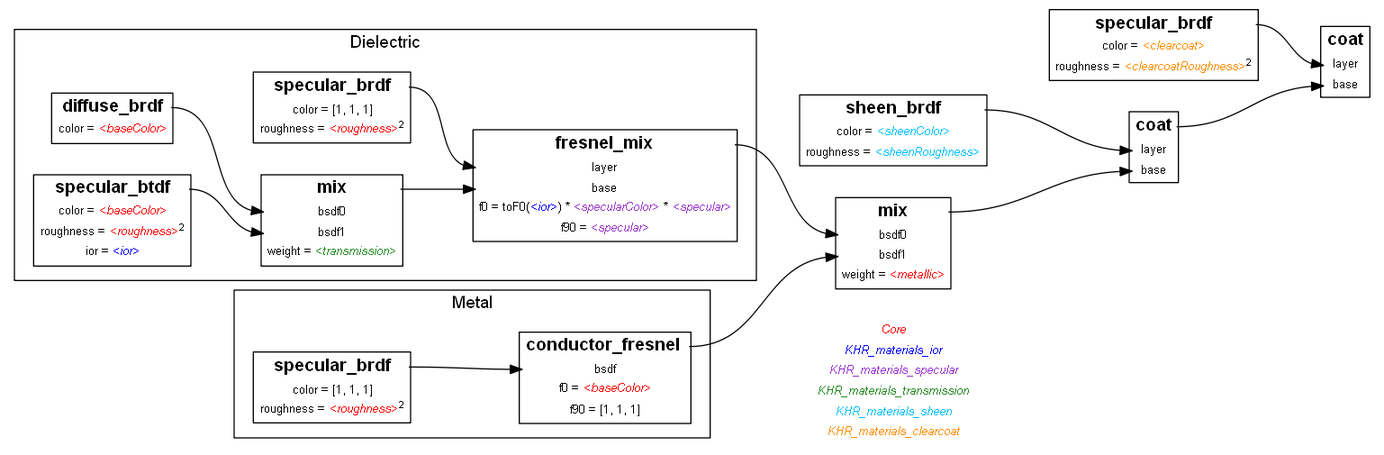
Earlier version of the Graphviz export specification/2.0/figures/pbrext.png (KhronosGroup/glTF). Its source is kept beside it as specification/2.0/figures/pbrext.dot.
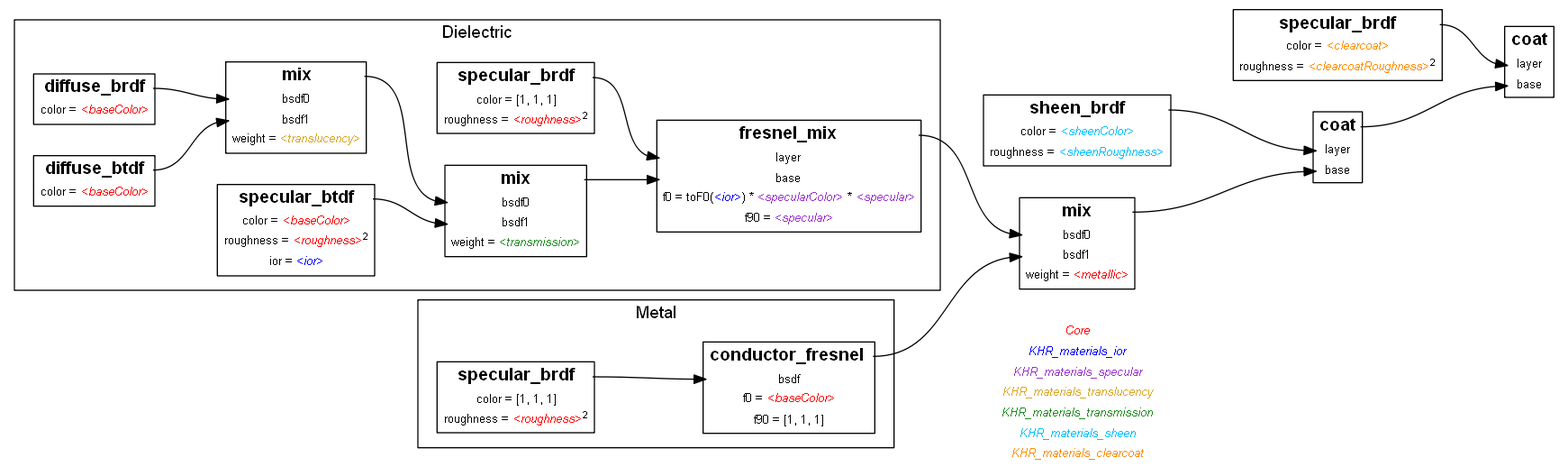
The same file after the commit.

Change to the diagram source:
```diff
@@ -30,6 +30,22 @@
       </table>
     >]
 
+    dielectric_diffuse_btdf [label=<
+      <table border="1" cellborder="0">
+        <tr><td port="out"><font point-size="14"><b>diffuse_btdf</b></font></td></tr>
+        <tr><td><font point-size="10">color = <font color="red"><i>&lt;baseColor&gt;</i></font></font></td></tr>
+      </table>
+    >]
+
+    dielectric_diffuse_mix [label=<
+      <table border="1" cellborder="0">
+        <tr><td port="out"><font point-size="14"><b>mix</b></font></td></tr>
+        <tr><td port="in_bsdf0"><font point-size="10">bsdf0</font></td></tr>
+        <tr><td port="in_bsdf1"><font point-size="10">bsdf1</font></td></tr>
+        <tr><td><font point-size="10">weight = <font color="goldenrod"><i>&lt;translucency&gt;</i></font></font></td></tr>
+      </table>
+    >]
+
     dielectric_base_mix [label=<
       <table border="1" cellborder="0">
         <tr><td port="out"><font point-size="14"><b>mix</b></font></td></tr>
@@ -49,7 +65,10 @@
       </table>
     >]
 
-    dielectric_diffuse_brdf:out -> dielectric_base_mix:in_bsdf0
+    dielectric_diffuse_brdf:out -> dielectric_diffuse_mix:in_bsdf0
+    dielectric_diffuse_btdf:out -> dielectric_diffuse_mix:in_bsdf1
+
+    dielectric_diffuse_mix:out -> dielectric_base_mix:in_bsdf0
     dielectric_specular_btdf:out -> dielectric_base_mix:in_bsdf1
 
     dielectric_base_mix:out -> dielectric_fresnel_mix:in_base
@@ -144,6 +163,7 @@
         <tr><td><font point-size="10" color="red"><i>Core</i></font></td></tr>
         <tr><td><font point-size="10" color="blue"><i>KHR_materials_ior</i></font></td></tr>
         <tr><td><font point-size="10" color="darkorchid"><i>KHR_materials_specular</i></font></td></tr>
+        <tr><td><font point-size="10" color="goldenrod"><i>KHR_materials_translucency</i></font></td></tr>
         <tr><td><font point-size="10" color="forestgreen"><i>KHR_materials_transmission</i></font></td></tr>
         <tr><td><font point-size="10" color="deepskyblue"><i>KHR_materials_sheen</i></font></td></tr>
         <tr><td><font point-size="10" color="darkorange"><i>KHR_materials_clearcoat</i></font></td></tr>
```
